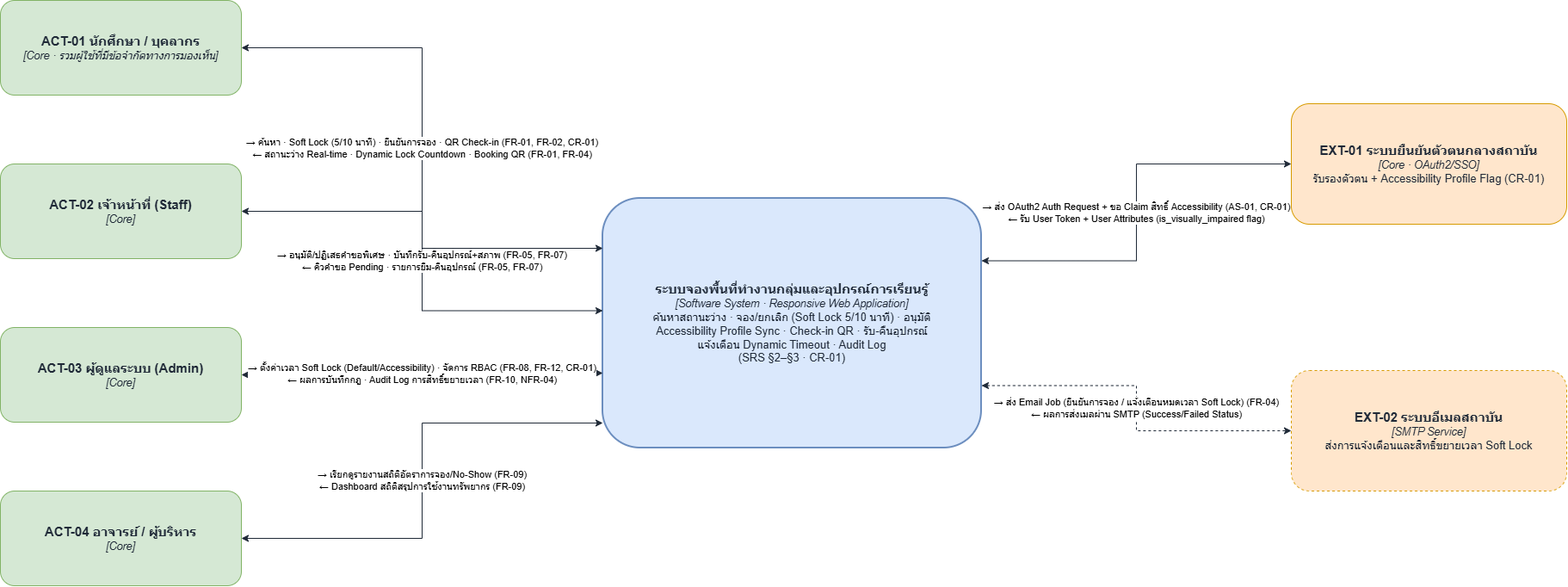
The draw.io diagram final-exam/diagrams/context-after.drawio.png in NekoAida/ENGSE206-Group5-CASE1-Group_Space_And_Learning_Equipment_Booking, before a commit. Source tidied: cells renumbered, new cells last; positions are measured from the earlier drawing's top-left corner, leaving out a move shared by most shapes. Its diagram source:
```xml
<mxGraphModel>
  <root>
    <mxCell id="0" />
    <mxCell id="1" parent="0" />
    <mxCell id="2" value="&lt;b style='font-size:15px'&gt;ระบบจองพื้นที่ทำงานกลุ่มและอุปกรณ์การเรียนรู้&lt;/b&gt;&lt;br&gt;&lt;i style='font-size:12.5px'&gt;[Software System · Responsive Web Application]&lt;/i&gt;&lt;br&gt;ค้นหาสถานะว่าง · จอง/ยกเลิก (Soft Lock 5/10 นาที) · อนุมัติ&lt;br&gt;Accessibility Profile Sync · Check-in QR · รับ-คืนอุปกรณ์&lt;br&gt;แจ้งเตือน Dynamic Timeout · Audit Log&lt;br&gt;(SRS §2–§3 · CR-01)" style="rounded=1;whiteSpace=wrap;html=1;fillColor=#dae8fc;strokeColor=#6c8ebf;align=center;verticalAlign=middle;fontSize=13;fontColor=#1F2937;strokeWidth=2;" parent="1" vertex="1">
      <mxGeometry x="700" y="230" width="440" height="290" as="geometry" />
    </mxCell>
    <mxCell id="3" value="&lt;b style='font-size:15px'&gt;ACT-01 นักศึกษา / บุคลากร&lt;/b&gt;&lt;br&gt;&lt;i style='font-size:12.5px'&gt;[Core · รวมผู้ใช้ที่มีข้อจำกัดทางการมองเห็น]&lt;/i&gt;" style="rounded=1;whiteSpace=wrap;html=1;fillColor=#d5e8d4;strokeColor=#82b366;align=center;verticalAlign=middle;fontSize=13;fontColor=#1F2937;" parent="1" vertex="1">
      <mxGeometry width="280" height="110" as="geometry" />
    </mxCell>
    <mxCell id="4" value="&lt;b style='font-size:15px'&gt;ACT-02 เจ้าหน้าที่ (Staff)&lt;/b&gt;&lt;br&gt;&lt;i style='font-size:12.5px'&gt;[Core]&lt;/i&gt;" style="rounded=1;whiteSpace=wrap;html=1;fillColor=#d5e8d4;strokeColor=#82b366;align=center;verticalAlign=middle;fontSize=13;fontColor=#1F2937;" parent="1" vertex="1">
      <mxGeometry y="190" width="280" height="110" as="geometry" />
    </mxCell>
    <mxCell id="5" value="&lt;b style='font-size:15px'&gt;ACT-03 ผู้ดูแลระบบ (Admin)&lt;/b&gt;&lt;br&gt;&lt;i style='font-size:12.5px'&gt;[Core]&lt;/i&gt;" style="rounded=1;whiteSpace=wrap;html=1;fillColor=#d5e8d4;strokeColor=#82b366;align=center;verticalAlign=middle;fontSize=13;fontColor=#1F2937;" parent="1" vertex="1">
      <mxGeometry y="380" width="280" height="110" as="geometry" />
    </mxCell>
    <mxCell id="6" value="&lt;b style='font-size:15px'&gt;ACT-04 อาจารย์ / ผู้บริหาร&lt;/b&gt;&lt;br&gt;&lt;i style='font-size:12.5px'&gt;[Core]&lt;/i&gt;" style="rounded=1;whiteSpace=wrap;html=1;fillColor=#d5e8d4;strokeColor=#82b366;align=center;verticalAlign=middle;fontSize=13;fontColor=#1F2937;" parent="1" vertex="1">
      <mxGeometry y="570" width="280" height="110" as="geometry" />
    </mxCell>
    <mxCell id="7" value="&lt;b style='font-size:15px'&gt;EXT-01 ระบบยืนยันตัวตนกลางสถาบัน&lt;/b&gt;&lt;br&gt;&lt;i style='font-size:12.5px'&gt;[Core · OAuth2/SSO]&lt;/i&gt;&lt;br&gt;รับรองตัวตน + Accessibility Profile Flag (CR-01)" style="rounded=1;whiteSpace=wrap;html=1;fillColor=#ffe6cc;strokeColor=#d79b00;align=center;verticalAlign=middle;fontSize=13;fontColor=#1F2937;" parent="1" vertex="1">
      <mxGeometry x="1500" y="120" width="320" height="140" as="geometry" />
    </mxCell>
    <mxCell id="8" value="&lt;b style='font-size:15px'&gt;EXT-02 ระบบอีเมลสถาบัน&lt;/b&gt;&lt;br&gt;&lt;i style='font-size:12.5px'&gt;[SMTP Service]&lt;/i&gt;&lt;br&gt;ส่งการแจ้งเตือนและสิทธิ์ขยายเวลา Soft Lock" style="rounded=1;whiteSpace=wrap;html=1;fillColor=#ffe6cc;strokeColor=#d79b00;dashed=1;align=center;verticalAlign=middle;fontSize=13;fontColor=#1F2937;" parent="1" vertex="1">
      <mxGeometry x="1500" y="430" width="320" height="140" as="geometry" />
    </mxCell>
    <mxCell id="9" value="→ ค้นหา · Soft Lock (5/10 นาที) · ยืนยันการจอง · QR Check-in (FR-01, FR-02, CR-01)&lt;br&gt;← สถานะว่าง Real-time · Dynamic Lock Countdown · Booking QR (FR-01, FR-04)" style="edgeStyle=orthogonalEdgeStyle;rounded=0;html=1;strokeColor=#1F2937;fontSize=11;startArrow=classic;startFill=1;endArrow=classic;endFill=1;labelBackgroundColor=#FFFFFF;exitX=1.0;exitY=0.5;entryX=0.0;entryY=0.20;" parent="1" edge="1" source="3" target="2">
      <mxGeometry relative="1" as="geometry" />
    </mxCell>
    <mxCell id="10" value="→ อนุมัติ/ปฏิเสธคำขอพิเศษ · บันทึกรับ-คืนอุปกรณ์+สภาพ (FR-05, FR-07)&lt;br&gt;← คิวคำขอ Pending · รายการยืม-คืนอุปกรณ์ (FR-05, FR-07)" style="edgeStyle=orthogonalEdgeStyle;rounded=0;html=1;strokeColor=#1F2937;fontSize=11;startArrow=classic;startFill=1;endArrow=classic;endFill=1;labelBackgroundColor=#FFFFFF;exitX=1.0;exitY=0.5;entryX=0.0;entryY=0.45;" parent="1" edge="1" source="4" target="2">
      <mxGeometry relative="1" as="geometry" />
    </mxCell>
    <mxCell id="11" value="→ ตั้งค่าเวลา Soft Lock (Default/Accessibility) · จัดการ RBAC (FR-08, FR-12, CR-01)&lt;br&gt;← ผลการบันทึกกฎ · Audit Log การสิทธิ์ขยายเวลา (FR-10, NFR-04)" style="edgeStyle=orthogonalEdgeStyle;rounded=0;html=1;strokeColor=#1F2937;fontSize=11;startArrow=classic;startFill=1;endArrow=classic;endFill=1;labelBackgroundColor=#FFFFFF;exitX=1.0;exitY=0.5;entryX=0.0;entryY=0.70;" parent="1" edge="1" source="5" target="2">
      <mxGeometry relative="1" as="geometry" />
    </mxCell>
    <mxCell id="12" value="→ เรียกดูรายงานสถิติอัตราการจอง/No-Show (FR-09)&lt;br&gt;← Dashboard สถิติสรุปการใช้งานทรัพยากร (FR-09)" style="edgeStyle=orthogonalEdgeStyle;rounded=0;html=1;strokeColor=#1F2937;fontSize=11;startArrow=classic;startFill=1;endArrow=classic;endFill=1;labelBackgroundColor=#FFFFFF;exitX=1.0;exitY=0.5;entryX=0.0;entryY=0.90;" parent="1" edge="1" source="6" target="2">
      <mxGeometry relative="1" as="geometry" />
    </mxCell>
    <mxCell id="13" value="→ ส่ง OAuth2 Auth Request + ขอ Claim สิทธิ์ Accessibility (AS-01, CR-01)&lt;br&gt;← รับ User Token + User Attributes (is_visually_impaired flag)" style="edgeStyle=orthogonalEdgeStyle;rounded=0;html=1;strokeColor=#1F2937;fontSize=11;startArrow=classic;startFill=1;endArrow=classic;endFill=1;labelBackgroundColor=#FFFFFF;exitX=1.0;exitY=0.25;entryX=0.0;entryY=0.5;" parent="1" edge="1" source="2" target="7">
      <mxGeometry relative="1" as="geometry" />
    </mxCell>
    <mxCell id="14" value="→ ส่ง Email Job (ยืนยันการจอง / แจ้งเตือนหมดเวลา Soft Lock) (FR-04)&lt;br&gt;← ผลการส่งเมลผ่าน SMTP (Success/Failed Status)" style="edgeStyle=orthogonalEdgeStyle;rounded=0;html=1;dashed=1;strokeColor=#1F2937;fontSize=11;startArrow=classic;startFill=1;endArrow=classic;endFill=1;labelBackgroundColor=#FFFFFF;exitX=1.0;exitY=0.75;entryX=0.0;entryY=0.5;" parent="1" edge="1" source="2" target="8">
      <mxGeometry relative="1" as="geometry" />
    </mxCell>
  </root>
</mxGraphModel>
```
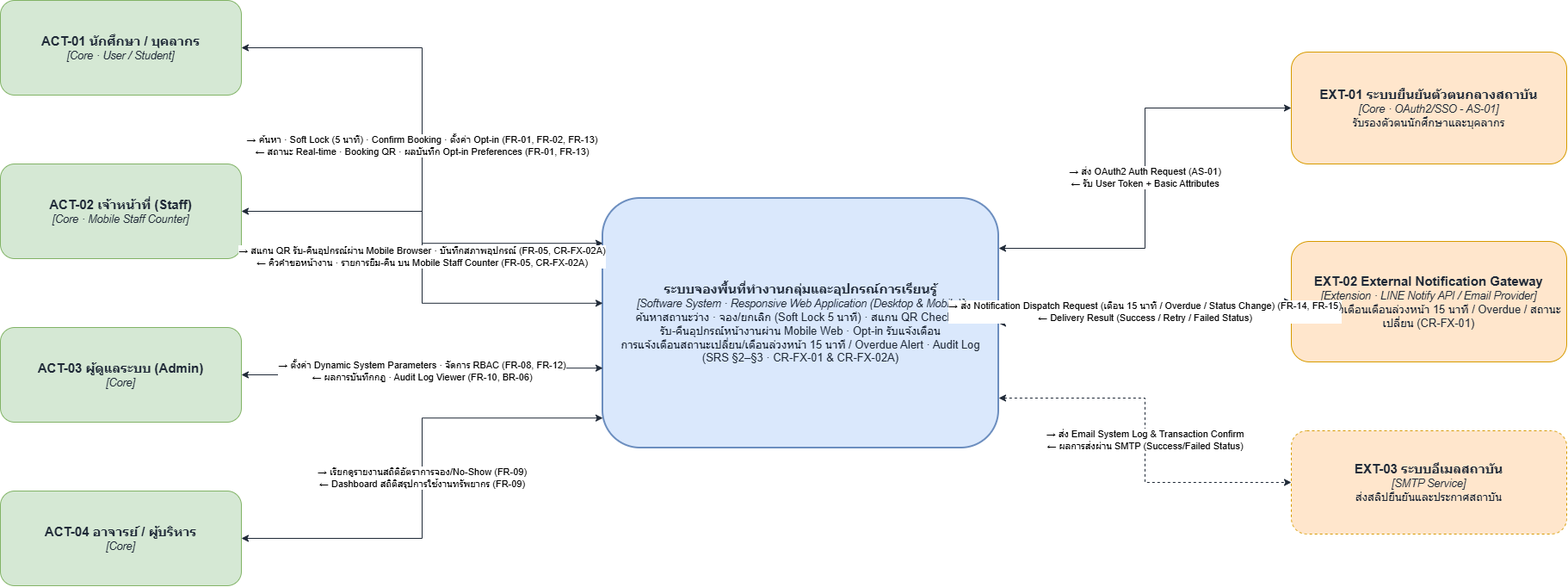
After the change.

Diff of the diagram source:
```diff
@@ -2,44 +2,50 @@
   <root>
     <mxCell id="0" />
     <mxCell id="1" parent="0" />
-    <mxCell id="2" value="&lt;b style='font-size:15px'&gt;ระบบจองพื้นที่ทำงานกลุ่มและอุปกรณ์การเรียนรู้&lt;/b&gt;&lt;br&gt;&lt;i style='font-size:12.5px'&gt;[Software System · Responsive Web Application]&lt;/i&gt;&lt;br&gt;ค้นหาสถานะว่าง · จอง/ยกเลิก (Soft Lock 5/10 นาที) · อนุมัติ&lt;br&gt;Accessibility Profile Sync · Check-in QR · รับ-คืนอุปกรณ์&lt;br&gt;แจ้งเตือน Dynamic Timeout · Audit Log&lt;br&gt;(SRS §2–§3 · CR-01)" style="rounded=1;whiteSpace=wrap;html=1;fillColor=#dae8fc;strokeColor=#6c8ebf;align=center;verticalAlign=middle;fontSize=13;fontColor=#1F2937;strokeWidth=2;" parent="1" vertex="1">
-      <mxGeometry x="700" y="230" width="440" height="290" as="geometry" />
-    </mxCell>
-    <mxCell id="3" value="&lt;b style='font-size:15px'&gt;ACT-01 นักศึกษา / บุคลากร&lt;/b&gt;&lt;br&gt;&lt;i style='font-size:12.5px'&gt;[Core · รวมผู้ใช้ที่มีข้อจำกัดทางการมองเห็น]&lt;/i&gt;" style="rounded=1;whiteSpace=wrap;html=1;fillColor=#d5e8d4;strokeColor=#82b366;align=center;verticalAlign=middle;fontSize=13;fontColor=#1F2937;" parent="1" vertex="1">
-      <mxGeometry width="280" height="110" as="geometry" />
-    </mxCell>
-    <mxCell id="4" value="&lt;b style='font-size:15px'&gt;ACT-02 เจ้าหน้าที่ (Staff)&lt;/b&gt;&lt;br&gt;&lt;i style='font-size:12.5px'&gt;[Core]&lt;/i&gt;" style="rounded=1;whiteSpace=wrap;html=1;fillColor=#d5e8d4;strokeColor=#82b366;align=center;verticalAlign=middle;fontSize=13;fontColor=#1F2937;" parent="1" vertex="1">
-      <mxGeometry y="190" width="280" height="110" as="geometry" />
-    </mxCell>
+    <mxCell id="15" value="&lt;b style='font-size:15px'&gt;ระบบจองพื้นที่ทำงานกลุ่มและอุปกรณ์การเรียนรู้&lt;/b&gt;&lt;br&gt;&lt;i style='font-size:12.5px'&gt;[Software System · Responsive Web Application (Desktop &amp;amp; Mobile)]&lt;/i&gt;&lt;br&gt;ค้นหาสถานะว่าง · จอง/ยกเลิก (Soft Lock 5 นาที) · สแกน QR Check-in&lt;br&gt;รับ-คืนอุปกรณ์หน้างานผ่าน Mobile Web · Opt-in รับแจ้งเตือน&lt;br&gt;การแจ้งเตือนสถานะเปลี่ยน/เตือนล่วงหน้า 15 นาที / Overdue Alert · Audit Log&lt;br&gt;(SRS §2–§3 · CR-FX-01 &amp;amp; CR-FX-02A)" style="rounded=1;whiteSpace=wrap;html=1;fillColor=#dae8fc;strokeColor=#6c8ebf;align=center;verticalAlign=middle;fontSize=13;fontColor=#1F2937;strokeWidth=2;" parent="1" vertex="1">
+      <mxGeometry x="700" y="230" width="460" height="290" as="geometry" />
+    </mxCell>
+    <mxCell id="16" value="&lt;b style='font-size:15px'&gt;ACT-01 นักศึกษา / บุคลากร&lt;/b&gt;&lt;br&gt;&lt;i style='font-size:12.5px'&gt;[Core · User / Student]&lt;/i&gt;" style="rounded=1;whiteSpace=wrap;html=1;fillColor=#d5e8d4;strokeColor=#82b366;align=center;verticalAlign=middle;fontSize=13;fontColor=#1F2937;" parent="1" vertex="1">
+      <mxGeometry width="280" height="110" as="geometry" />
+    </mxCell>
+    <mxCell id="17" value="&lt;b style='font-size:15px'&gt;ACT-02 เจ้าหน้าที่ (Staff)&lt;/b&gt;&lt;br&gt;&lt;i style='font-size:12.5px'&gt;[Core · Mobile Staff Counter]&lt;/i&gt;" style="rounded=1;whiteSpace=wrap;html=1;fillColor=#d5e8d4;strokeColor=#82b366;align=center;verticalAlign=middle;fontSize=13;fontColor=#1F2937;" parent="1" vertex="1">
+      <mxGeometry y="190" width="280" height="110" as="geometry" />
+    </mxCell>
     <mxCell id="5" value="&lt;b style='font-size:15px'&gt;ACT-03 ผู้ดูแลระบบ (Admin)&lt;/b&gt;&lt;br&gt;&lt;i style='font-size:12.5px'&gt;[Core]&lt;/i&gt;" style="rounded=1;whiteSpace=wrap;html=1;fillColor=#d5e8d4;strokeColor=#82b366;align=center;verticalAlign=middle;fontSize=13;fontColor=#1F2937;" parent="1" vertex="1">
       <mxGeometry y="380" width="280" height="110" as="geometry" />
     </mxCell>
     <mxCell id="6" value="&lt;b style='font-size:15px'&gt;ACT-04 อาจารย์ / ผู้บริหาร&lt;/b&gt;&lt;br&gt;&lt;i style='font-size:12.5px'&gt;[Core]&lt;/i&gt;" style="rounded=1;whiteSpace=wrap;html=1;fillColor=#d5e8d4;strokeColor=#82b366;align=center;verticalAlign=middle;fontSize=13;fontColor=#1F2937;" parent="1" vertex="1">
       <mxGeometry y="570" width="280" height="110" as="geometry" />
     </mxCell>
-    <mxCell id="7" value="&lt;b style='font-size:15px'&gt;EXT-01 ระบบยืนยันตัวตนกลางสถาบัน&lt;/b&gt;&lt;br&gt;&lt;i style='font-size:12.5px'&gt;[Core · OAuth2/SSO]&lt;/i&gt;&lt;br&gt;รับรองตัวตน + Accessibility Profile Flag (CR-01)" style="rounded=1;whiteSpace=wrap;html=1;fillColor=#ffe6cc;strokeColor=#d79b00;align=center;verticalAlign=middle;fontSize=13;fontColor=#1F2937;" parent="1" vertex="1">
-      <mxGeometry x="1500" y="120" width="320" height="140" as="geometry" />
-    </mxCell>
-    <mxCell id="8" value="&lt;b style='font-size:15px'&gt;EXT-02 ระบบอีเมลสถาบัน&lt;/b&gt;&lt;br&gt;&lt;i style='font-size:12.5px'&gt;[SMTP Service]&lt;/i&gt;&lt;br&gt;ส่งการแจ้งเตือนและสิทธิ์ขยายเวลา Soft Lock" style="rounded=1;whiteSpace=wrap;html=1;fillColor=#ffe6cc;strokeColor=#d79b00;dashed=1;align=center;verticalAlign=middle;fontSize=13;fontColor=#1F2937;" parent="1" vertex="1">
-      <mxGeometry x="1500" y="430" width="320" height="140" as="geometry" />
-    </mxCell>
-    <mxCell id="9" value="→ ค้นหา · Soft Lock (5/10 นาที) · ยืนยันการจอง · QR Check-in (FR-01, FR-02, CR-01)&lt;br&gt;← สถานะว่าง Real-time · Dynamic Lock Countdown · Booking QR (FR-01, FR-04)" style="edgeStyle=orthogonalEdgeStyle;rounded=0;html=1;strokeColor=#1F2937;fontSize=11;startArrow=classic;startFill=1;endArrow=classic;endFill=1;labelBackgroundColor=#FFFFFF;exitX=1.0;exitY=0.5;entryX=0.0;entryY=0.20;" parent="1" edge="1" source="3" target="2">
-      <mxGeometry relative="1" as="geometry" />
-    </mxCell>
-    <mxCell id="10" value="→ อนุมัติ/ปฏิเสธคำขอพิเศษ · บันทึกรับ-คืนอุปกรณ์+สภาพ (FR-05, FR-07)&lt;br&gt;← คิวคำขอ Pending · รายการยืม-คืนอุปกรณ์ (FR-05, FR-07)" style="edgeStyle=orthogonalEdgeStyle;rounded=0;html=1;strokeColor=#1F2937;fontSize=11;startArrow=classic;startFill=1;endArrow=classic;endFill=1;labelBackgroundColor=#FFFFFF;exitX=1.0;exitY=0.5;entryX=0.0;entryY=0.45;" parent="1" edge="1" source="4" target="2">
-      <mxGeometry relative="1" as="geometry" />
-    </mxCell>
-    <mxCell id="11" value="→ ตั้งค่าเวลา Soft Lock (Default/Accessibility) · จัดการ RBAC (FR-08, FR-12, CR-01)&lt;br&gt;← ผลการบันทึกกฎ · Audit Log การสิทธิ์ขยายเวลา (FR-10, NFR-04)" style="edgeStyle=orthogonalEdgeStyle;rounded=0;html=1;strokeColor=#1F2937;fontSize=11;startArrow=classic;startFill=1;endArrow=classic;endFill=1;labelBackgroundColor=#FFFFFF;exitX=1.0;exitY=0.5;entryX=0.0;entryY=0.70;" parent="1" edge="1" source="5" target="2">
-      <mxGeometry relative="1" as="geometry" />
-    </mxCell>
+    <mxCell id="18" value="&lt;b style='font-size:15px'&gt;EXT-01 ระบบยืนยันตัวตนกลางสถาบัน&lt;/b&gt;&lt;br&gt;&lt;i style='font-size:12.5px'&gt;[Core · OAuth2/SSO - AS-01]&lt;/i&gt;&lt;br&gt;รับรองตัวตนนักศึกษาและบุคลากร" style="rounded=1;whiteSpace=wrap;html=1;fillColor=#ffe6cc;strokeColor=#d79b00;align=center;verticalAlign=middle;fontSize=13;fontColor=#1F2937;" parent="1" vertex="1">
+      <mxGeometry x="1500" y="60" width="320" height="130" as="geometry" />
+    </mxCell>
+    <mxCell id="19" value="&lt;b style='font-size:15px'&gt;EXT-02 External Notification Gateway&lt;/b&gt;&lt;br&gt;&lt;i style='font-size:12.5px'&gt;[Extension · LINE Notify API / Email Provider]&lt;/i&gt;&lt;br&gt;ส่งการแจ้งเตือนเตือนล่วงหน้า 15 นาที / Overdue / สถานะเปลี่ยน (CR-FX-01)" style="rounded=1;whiteSpace=wrap;html=1;fillColor=#ffe6cc;strokeColor=#d79b00;align=center;verticalAlign=middle;fontSize=13;fontColor=#1F2937;" parent="1" vertex="1">
+      <mxGeometry x="1500" y="280" width="320" height="140" as="geometry" />
+    </mxCell>
+    <mxCell id="20" value="&lt;b style='font-size:15px'&gt;EXT-03 ระบบอีเมลสถาบัน&lt;/b&gt;&lt;br&gt;&lt;i style='font-size:12.5px'&gt;[SMTP Service]&lt;/i&gt;&lt;br&gt;ส่งสลิปยืนยันและประกาศสถาบัน" style="rounded=1;whiteSpace=wrap;html=1;fillColor=#ffe6cc;strokeColor=#d79b00;dashed=1;align=center;verticalAlign=middle;fontSize=13;fontColor=#1F2937;" parent="1" vertex="1">
+      <mxGeometry x="1500" y="500" width="320" height="120" as="geometry" />
+    </mxCell>
+    <mxCell id="21" value="→ ค้นหา · Soft Lock (5 นาที) · Confirm Booking · ตั้งค่า Opt-in (FR-01, FR-02, FR-13)&lt;br&gt;← สถานะ Real-time · Booking QR · ผลบันทึก Opt-in Preferences (FR-01, FR-13)" style="edgeStyle=orthogonalEdgeStyle;rounded=0;html=1;strokeColor=#1F2937;fontSize=11;startArrow=classic;startFill=1;endArrow=classic;endFill=1;labelBackgroundColor=#FFFFFF;exitX=1.0;exitY=0.5;entryX=0.0;entryY=0.18;" parent="1" edge="1" source="16" target="15">
+      <mxGeometry relative="1" as="geometry" />
+    </mxCell>
+    <mxCell id="22" value="→ สแกน QR รับ-คืนอุปกรณ์ผ่าน Mobile Browser · บันทึกสภาพอุปกรณ์ (FR-05, CR-FX-02A)&lt;br&gt;← คิวคำขอหน้างาน · รายการยืม-คืน บน Mobile Staff Counter (FR-05, CR-FX-02A)" style="edgeStyle=orthogonalEdgeStyle;rounded=0;html=1;strokeColor=#1F2937;fontSize=11;startArrow=classic;startFill=1;endArrow=classic;endFill=1;labelBackgroundColor=#FFFFFF;exitX=1.0;exitY=0.5;entryX=0.0;entryY=0.42;" parent="1" edge="1" source="17" target="15">
+      <mxGeometry relative="1" as="geometry" />
+    </mxCell>
+    <mxCell id="23" value="→ ตั้งค่า Dynamic System Parameters · จัดการ RBAC (FR-08, FR-12)&lt;br&gt;← ผลการบันทึกกฎ · Audit Log Viewer (FR-10, BR-06)" style="edgeStyle=orthogonalEdgeStyle;rounded=0;html=1;strokeColor=#1F2937;fontSize=11;startArrow=classic;startFill=1;endArrow=classic;endFill=1;labelBackgroundColor=#FFFFFF;exitX=1.0;exitY=0.5;entryX=0.0;entryY=0.68;" parent="1" edge="1" source="5" target="15">
+      <mxGeometry relative="1" as="geometry" />
+    </mxCell>
-    <mxCell id="12" value="→ เรียกดูรายงานสถิติอัตราการจอง/No-Show (FR-09)&lt;br&gt;← Dashboard สถิติสรุปการใช้งานทรัพยากร (FR-09)" style="edgeStyle=orthogonalEdgeStyle;rounded=0;html=1;strokeColor=#1F2937;fontSize=11;startArrow=classic;startFill=1;endArrow=classic;endFill=1;labelBackgroundColor=#FFFFFF;exitX=1.0;exitY=0.5;entryX=0.0;entryY=0.90;" parent="1" edge="1" source="6" target="2">
+    <mxCell id="12" value="→ เรียกดูรายงานสถิติอัตราการจอง/No-Show (FR-09)&lt;br&gt;← Dashboard สถิติสรุปการใช้งานทรัพยากร (FR-09)" style="edgeStyle=orthogonalEdgeStyle;rounded=0;html=1;strokeColor=#1F2937;fontSize=11;startArrow=classic;startFill=1;endArrow=classic;endFill=1;labelBackgroundColor=#FFFFFF;exitX=1.0;exitY=0.5;entryX=0.0;entryY=0.88;" parent="1" edge="1" source="6" target="15">
       <mxGeometry relative="1" as="geometry" />
     </mxCell>
-    <mxCell id="13" value="→ ส่ง OAuth2 Auth Request + ขอ Claim สิทธิ์ Accessibility (AS-01, CR-01)&lt;br&gt;← รับ User Token + User Attributes (is_visually_impaired flag)" style="edgeStyle=orthogonalEdgeStyle;rounded=0;html=1;strokeColor=#1F2937;fontSize=11;startArrow=classic;startFill=1;endArrow=classic;endFill=1;labelBackgroundColor=#FFFFFF;exitX=1.0;exitY=0.25;entryX=0.0;entryY=0.5;" parent="1" edge="1" source="2" target="7">
-      <mxGeometry relative="1" as="geometry" />
-    </mxCell>
-    <mxCell id="14" value="→ ส่ง Email Job (ยืนยันการจอง / แจ้งเตือนหมดเวลา Soft Lock) (FR-04)&lt;br&gt;← ผลการส่งเมลผ่าน SMTP (Success/Failed Status)" style="edgeStyle=orthogonalEdgeStyle;rounded=0;html=1;dashed=1;strokeColor=#1F2937;fontSize=11;startArrow=classic;startFill=1;endArrow=classic;endFill=1;labelBackgroundColor=#FFFFFF;exitX=1.0;exitY=0.75;entryX=0.0;entryY=0.5;" parent="1" edge="1" source="2" target="8">
-      <mxGeometry relative="1" as="geometry" />
-    </mxCell>
+    <mxCell id="24" value="→ ส่ง OAuth2 Auth Request (AS-01)&lt;br&gt;← รับ User Token + Basic Attributes" style="edgeStyle=orthogonalEdgeStyle;rounded=0;html=1;strokeColor=#1F2937;fontSize=11;startArrow=classic;startFill=1;endArrow=classic;endFill=1;labelBackgroundColor=#FFFFFF;exitX=1.0;exitY=0.20;entryX=0.0;entryY=0.5;" parent="1" edge="1" source="15" target="18">
+      <mxGeometry relative="1" as="geometry" />
+    </mxCell>
+    <mxCell id="25" value="→ ส่ง Notification Dispatch Request (เตือน 15 นาที / Overdue / Status Change) (FR-14, FR-15)&lt;br&gt;← Delivery Result (Success / Retry / Failed Status)" style="edgeStyle=orthogonalEdgeStyle;rounded=0;html=1;strokeColor=#1F2937;fontSize=11;startArrow=classic;startFill=1;endArrow=classic;endFill=1;labelBackgroundColor=#FFFFFF;exitX=1.0;exitY=0.50;entryX=0.0;entryY=0.5;" parent="1" edge="1" source="15" target="19">
+      <mxGeometry relative="1" as="geometry" />
+    </mxCell>
+    <mxCell id="26" value="→ ส่ง Email System Log &amp; Transaction Confirm&lt;br&gt;← ผลการส่งผ่าน SMTP (Success/Failed Status)" style="edgeStyle=orthogonalEdgeStyle;rounded=0;html=1;dashed=1;strokeColor=#1F2937;fontSize=11;startArrow=classic;startFill=1;endArrow=classic;endFill=1;labelBackgroundColor=#FFFFFF;exitX=1.0;exitY=0.80;entryX=0.0;entryY=0.5;" parent="1" edge="1" source="15" target="20">
+      <mxGeometry relative="1" as="geometry" />
+    </mxCell>
   </root>
 </mxGraphModel>
```
